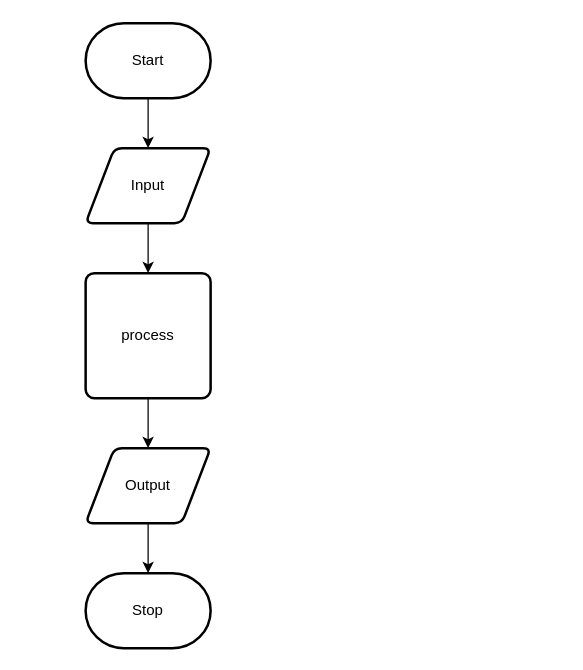
Earlier version of the draw.io diagram design/flow-chart.drawio (Lucas-Tyman/ICS2O-Unit5-02-HTML). Source tidied: cells renumbered, new cells numbered last; positions are measured from the earlier drawing's top-left corner, leaving out a move shared by most shapes. Both pictures are drawn from the tidied source at 125%, with x=0, y=0 at pixel (85, 22).
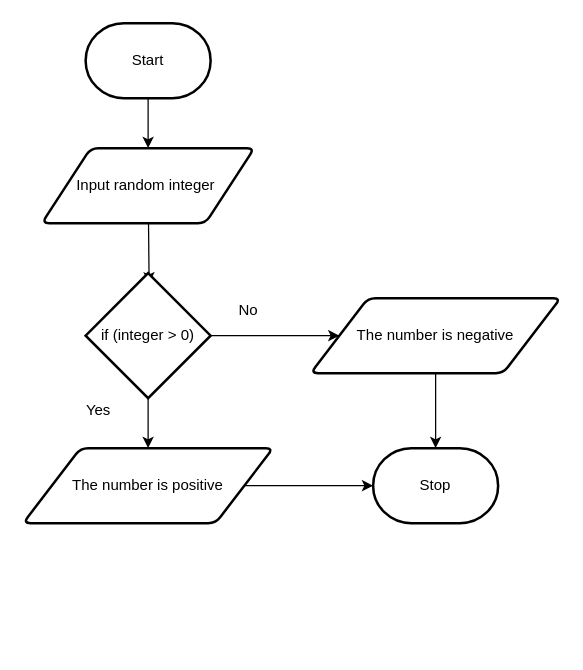
After the change.

What changed in the source:
```diff
@@
 <mxGraphModel>
   <root>
     <mxCell id="0" />
     <mxCell id="1" parent="0" />
     <mxCell id="2" style="edgeStyle=none;html=1;" parent="1" edge="1" source="3" target="5">
       <mxGeometry relative="1" as="geometry" />
     </mxCell>
     <mxCell id="3" value="Start" style="strokeWidth=2;html=1;shape=mxgraph.flowchart.terminator;whiteSpace=wrap;" parent="1" vertex="1">
       <mxGeometry width="100" height="60" as="geometry" />
     </mxCell>
-    <mxCell id="4" style="edgeStyle=none;html=1;" parent="1" edge="1" source="5" target="7">
-      <mxGeometry relative="1" as="geometry" />
-    </mxCell>
+    <mxCell id="11" style="edgeStyle=none;html=1;entryX=0.508;entryY=0.082;entryDx=0;entryDy=0;entryPerimeter=0;" parent="1" edge="1" source="5" target="14">
+      <mxGeometry relative="1" as="geometry" />
+    </mxCell>
-    <mxCell id="5" value="Input" style="shape=parallelogram;html=1;strokeWidth=2;perimeter=parallelogramPerimeter;whiteSpace=wrap;rounded=1;arcSize=12;size=0.23;" parent="1" vertex="1">
-      <mxGeometry y="100" width="100" height="60" as="geometry" />
+    <mxCell id="5" value="Input random integer&amp;nbsp;" style="shape=parallelogram;html=1;strokeWidth=2;perimeter=parallelogramPerimeter;whiteSpace=wrap;rounded=1;arcSize=12;size=0.23;" parent="1" vertex="1">
+      <mxGeometry x="-35" y="100" width="170" height="60" as="geometry" />
     </mxCell>
-    <mxCell id="6" style="edgeStyle=none;html=1;" parent="1" edge="1" source="7" target="9">
-      <mxGeometry relative="1" as="geometry" />
-    </mxCell>
-    <mxCell id="7" value="process" style="rounded=1;whiteSpace=wrap;html=1;absoluteArcSize=1;arcSize=14;strokeWidth=2;" parent="1" vertex="1">
-      <mxGeometry y="200" width="100" height="100" as="geometry" />
-    </mxCell>
-    <mxCell id="8" style="edgeStyle=none;html=1;" parent="1" edge="1" source="9" target="10">
-      <mxGeometry relative="1" as="geometry" />
-    </mxCell>
-    <mxCell id="9" value="Output" style="shape=parallelogram;html=1;strokeWidth=2;perimeter=parallelogramPerimeter;whiteSpace=wrap;rounded=1;arcSize=12;size=0.23;" parent="1" vertex="1">
-      <mxGeometry y="340" width="100" height="60" as="geometry" />
-    </mxCell>
     <mxCell id="10" value="Stop" style="strokeWidth=2;html=1;shape=mxgraph.flowchart.terminator;whiteSpace=wrap;" parent="1" vertex="1">
-      <mxGeometry y="440" width="100" height="60" as="geometry" />
+      <mxGeometry x="230" y="340" width="100" height="60" as="geometry" />
     </mxCell>
+    <mxCell id="12" style="edgeStyle=none;html=1;" parent="1" edge="1" source="14" target="16">
+      <mxGeometry relative="1" as="geometry" />
+    </mxCell>
+    <mxCell id="13" style="edgeStyle=none;html=1;entryX=0;entryY=0.5;entryDx=0;entryDy=0;" parent="1" edge="1" source="14" target="20">
+      <mxGeometry relative="1" as="geometry" />
+    </mxCell>
+    <mxCell id="14" value="if (integer &amp;gt; 0)" style="strokeWidth=2;html=1;shape=mxgraph.flowchart.decision;whiteSpace=wrap;" parent="1" vertex="1">
+      <mxGeometry y="200" width="100" height="100" as="geometry" />
+    </mxCell>
+    <mxCell id="15" style="edgeStyle=none;html=1;" parent="1" edge="1" source="16" target="10">
+      <mxGeometry relative="1" as="geometry" />
+    </mxCell>
+    <mxCell id="16" value="The number is positive" style="shape=parallelogram;html=1;strokeWidth=2;perimeter=parallelogramPerimeter;whiteSpace=wrap;rounded=1;arcSize=12;size=0.23;" parent="1" vertex="1">
+      <mxGeometry x="-50" y="340" width="200" height="60" as="geometry" />
+    </mxCell>
+    <mxCell id="17" value="Yes" style="text;html=1;align=center;verticalAlign=middle;strokeColor=none;fillColor=none;" parent="1" vertex="1">
+      <mxGeometry x="-10" y="300" width="40" height="20" as="geometry" />
+    </mxCell>
+    <mxCell id="18" value="No" style="text;html=1;align=center;verticalAlign=middle;strokeColor=none;fillColor=none;" parent="1" vertex="1">
+      <mxGeometry x="115" y="220" width="30" height="20" as="geometry" />
+    </mxCell>
+    <mxCell id="19" style="edgeStyle=none;html=1;" parent="1" edge="1" source="20" target="10">
+      <mxGeometry relative="1" as="geometry" />
+    </mxCell>
+    <mxCell id="20" value="The number is negative" style="shape=parallelogram;html=1;strokeWidth=2;perimeter=parallelogramPerimeter;whiteSpace=wrap;rounded=1;arcSize=12;size=0.23;" parent="1" vertex="1">
+      <mxGeometry x="180" y="220" width="200" height="60" as="geometry" />
+    </mxCell>
   </root>
 </mxGraphModel>
```
